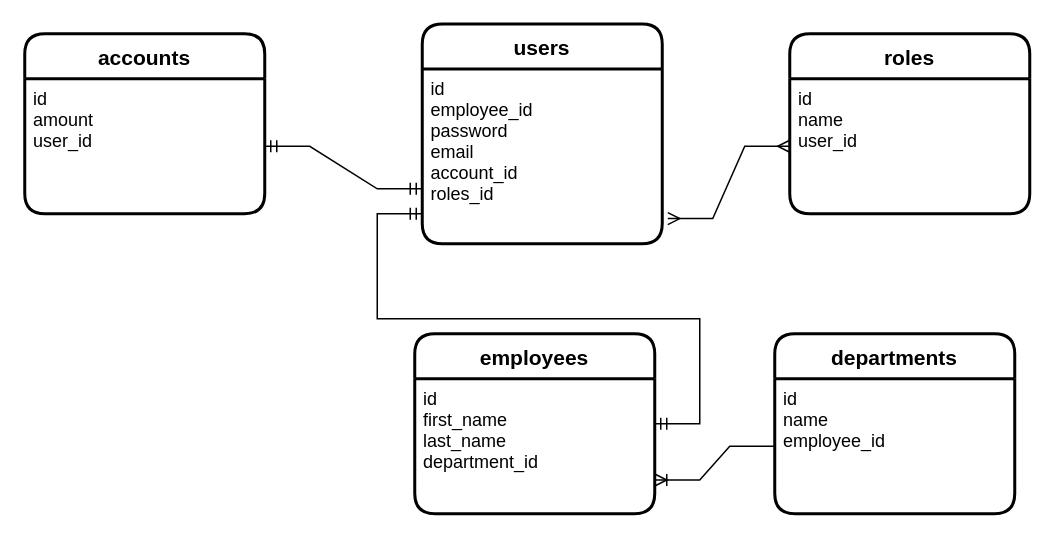
The draw.io diagram Діаграма без назви.drawio in LypchanskyiYurii/Hello, before the edit. Source tidied: cells renumbered, new cells numbered last; positions are measured from the earlier drawing's top-left corner, leaving out a move shared by most shapes. Both pictures are drawn from the tidied source at 150%, with x=0, y=0 at pixel (24, 24).
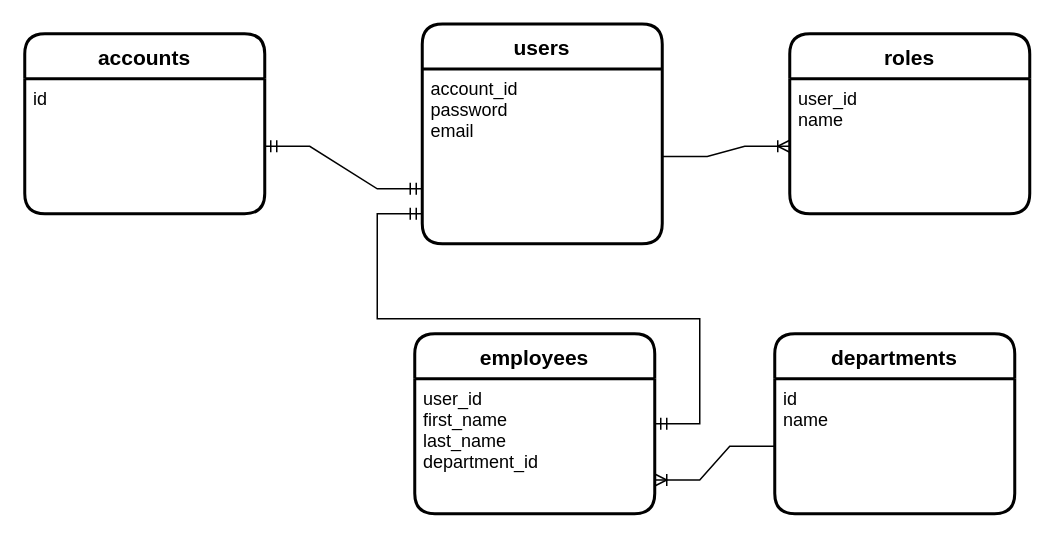
The same page after the edit.

What changed in the source:
```diff
@@
 <mxGraphModel>
   <root>
     <mxCell id="0" />
     <mxCell id="1" parent="0" />
     <mxCell id="2" value="accounts" style="swimlane;horizontal=1;startSize=30;rounded=1;fontSize=14;fontStyle=1;strokeWidth=2;shadow=0;dashed=0;align=center;" parent="1" vertex="1">
       <mxGeometry y="6" width="160" height="120" as="geometry" />
     </mxCell>
-    <mxCell id="3" value="id&#10;amount&#10;user_id" style="align=left;strokeColor=none;fillColor=none;spacingLeft=4;fontSize=12;verticalAlign=top;" parent="2" vertex="1">
+    <mxCell id="3" value="id&#10;&#10;" style="align=left;strokeColor=none;fillColor=none;spacingLeft=4;fontSize=12;verticalAlign=top;" parent="2" vertex="1">
       <mxGeometry y="30" width="160" height="90" as="geometry" />
     </mxCell>
     <mxCell id="4" value="users" style="swimlane;horizontal=1;startSize=30;rounded=1;fontSize=14;fontStyle=1;strokeWidth=2;shadow=0;dashed=0;align=center;" parent="1" vertex="1">
       <mxGeometry x="265" y="-0.5" width="160" height="146.5" as="geometry" />
     </mxCell>
-    <mxCell id="5" value="id&#10;employee_id&#10;password&#10;email&#10;account_id&#10;roles_id" style="align=left;strokeColor=none;fillColor=none;spacingLeft=4;fontSize=12;verticalAlign=top;" parent="4" vertex="1">
+    <mxCell id="5" value="account_id&#10;password&#10;email&#10;&#10;" style="align=left;strokeColor=none;fillColor=none;spacingLeft=4;fontSize=12;verticalAlign=top;" parent="4" vertex="1">
       <mxGeometry y="30" width="160" height="116.5" as="geometry" />
     </mxCell>
     <mxCell id="6" style="edgeStyle=entityRelationEdgeStyle;fontSize=12;html=1;endArrow=ERmandOne;startArrow=ERmandOne;rounded=0;exitX=1;exitY=0.5;exitDx=0;exitDy=0;entryX=0;entryY=0.75;entryDx=0;entryDy=0;" parent="1" edge="1" source="3" target="4">
       <mxGeometry relative="1" as="geometry" />
     </mxCell>
     <mxCell id="7" value="roles" style="swimlane;horizontal=1;startSize=30;rounded=1;fontSize=14;fontStyle=1;strokeWidth=2;shadow=0;dashed=0;align=center;" parent="1" vertex="1">
       <mxGeometry x="510" y="6" width="160" height="120" as="geometry" />
     </mxCell>
-    <mxCell id="8" value="id&#10;name&#10;user_id" style="align=left;strokeColor=none;fillColor=none;spacingLeft=4;fontSize=12;verticalAlign=top;" parent="7" vertex="1">
+    <mxCell id="8" value="user_id&#10;name&#10;" style="align=left;strokeColor=none;fillColor=none;spacingLeft=4;fontSize=12;verticalAlign=top;" parent="7" vertex="1">
       <mxGeometry y="30" width="160" height="90" as="geometry" />
     </mxCell>
-    <mxCell id="9" style="edgeStyle=entityRelationEdgeStyle;fontSize=12;html=1;endArrow=ERmany;startArrow=ERmany;rounded=0;entryX=0;entryY=0.5;entryDx=0;entryDy=0;exitX=1.023;exitY=0.856;exitDx=0;exitDy=0;exitPerimeter=0;" parent="1" edge="1" source="5" target="8">
-      <mxGeometry relative="1" as="geometry" />
-    </mxCell>
     <mxCell id="10" value="employees" style="swimlane;horizontal=1;startSize=30;rounded=1;fontSize=14;fontStyle=1;strokeWidth=2;shadow=0;dashed=0;align=center;" parent="1" vertex="1">
       <mxGeometry x="260" y="206" width="160" height="120" as="geometry" />
     </mxCell>
-    <mxCell id="11" value="id&#10;first_name&#10;last_name&#10;department_id" style="align=left;strokeColor=none;fillColor=none;spacingLeft=4;fontSize=12;verticalAlign=top;" parent="10" vertex="1">
+    <mxCell id="11" value="user_id&#10;first_name&#10;last_name&#10;department_id" style="align=left;strokeColor=none;fillColor=none;spacingLeft=4;fontSize=12;verticalAlign=top;" parent="10" vertex="1">
       <mxGeometry y="30" width="160" height="90" as="geometry" />
     </mxCell>
     <mxCell id="12" value="departments" style="swimlane;horizontal=1;startSize=30;rounded=1;fontSize=14;fontStyle=1;strokeWidth=2;shadow=0;dashed=0;align=center;" parent="1" vertex="1">
       <mxGeometry x="500" y="206" width="160" height="120" as="geometry" />
     </mxCell>
-    <mxCell id="13" value="id&#10;name&#10;employee_id" style="align=left;strokeColor=none;fillColor=none;spacingLeft=4;fontSize=12;verticalAlign=top;" parent="12" vertex="1">
+    <mxCell id="13" value="id&#10;name&#10;" style="align=left;strokeColor=none;fillColor=none;spacingLeft=4;fontSize=12;verticalAlign=top;" parent="12" vertex="1">
       <mxGeometry y="30" width="160" height="90" as="geometry" />
     </mxCell>
     <mxCell id="14" style="edgeStyle=entityRelationEdgeStyle;fontSize=12;html=1;endArrow=ERoneToMany;rounded=0;entryX=1;entryY=0.75;entryDx=0;entryDy=0;exitX=0;exitY=0.5;exitDx=0;exitDy=0;" parent="1" edge="1" source="13" target="11">
       <mxGeometry relative="1" as="geometry" />
     </mxCell>
     <mxCell id="15" style="edgeStyle=entityRelationEdgeStyle;fontSize=12;html=1;endArrow=ERmandOne;startArrow=ERmandOne;rounded=0;" parent="1" edge="1" source="10">
       <mxGeometry relative="1" as="geometry">
         <mxPoint x="265" y="126" as="targetPoint" />
       </mxGeometry>
     </mxCell>
+    <mxCell id="9" style="edgeStyle=entityRelationEdgeStyle;fontSize=12;html=1;endArrow=ERoneToMany;rounded=0;entryX=0;entryY=0.5;entryDx=0;entryDy=0;" parent="1" edge="1" source="5" target="8">
+      <mxGeometry relative="1" as="geometry" />
+    </mxCell>
   </root>
 </mxGraphModel>
```
